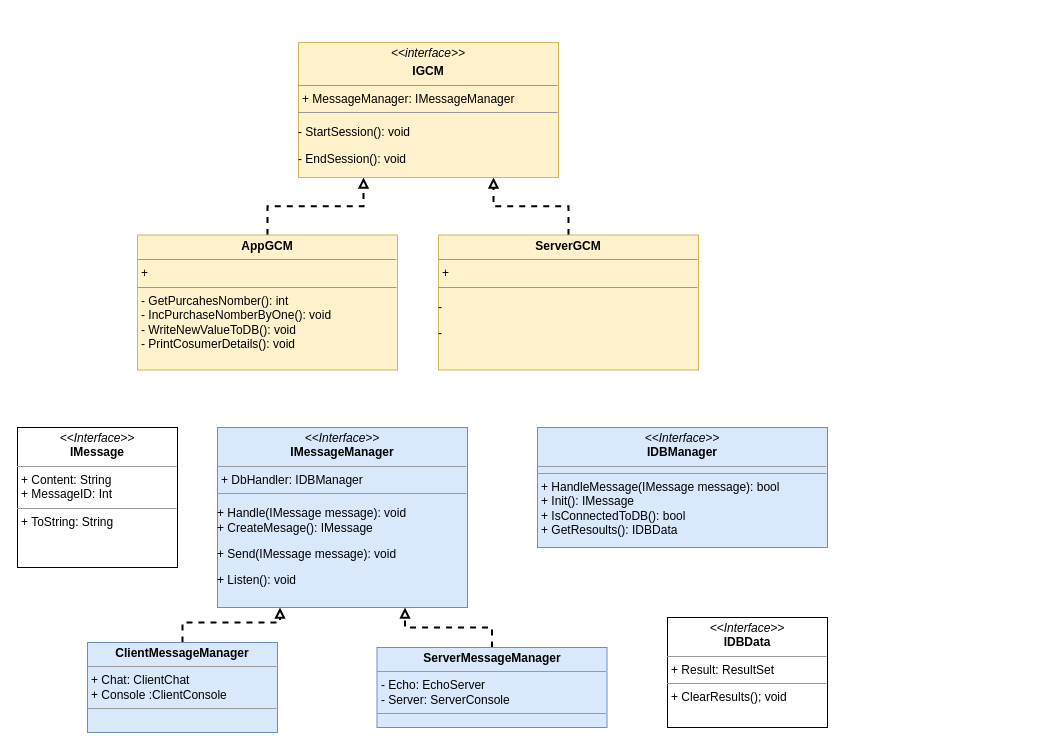
Earlier version of the draw.io diagram Task2/AllClasses.drawio (leeorkeynan/Software-engineering). Source tidied: cells renumbered, new cells numbered last; positions are measured from the earlier drawing's top-left corner, leaving out a move shared by most shapes. Both pictures are drawn from the tidied source at 100%, with x=0, y=0 at pixel (17, 42).
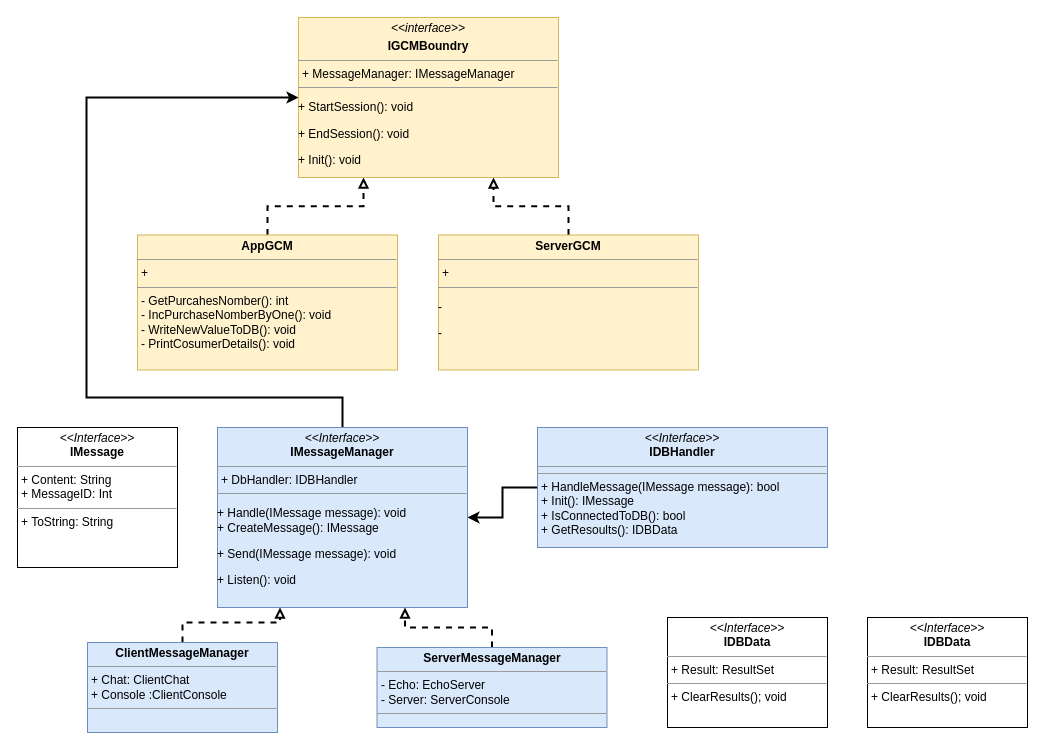
Above is the later version.

Change to the diagram source:
```diff
@@
 <mxGraphModel>
   <root>
     <mxCell id="0" />
     <mxCell id="1" parent="0" />
     <mxCell id="2" style="edgeStyle=orthogonalEdgeStyle;rounded=0;jettySize=auto;html=1;entryX=0.25;entryY=1;entryDx=0;entryDy=0;exitX=0.5;exitY=0;exitDx=0;exitDy=0;endArrow=block;endFill=0;dashed=1;strokeWidth=2;" parent="1" edge="1" source="5" target="9">
       <mxGeometry relative="1" as="geometry" />
     </mxCell>
     <mxCell id="3" style="edgeStyle=orthogonalEdgeStyle;rounded=0;jettySize=auto;html=1;entryX=0.75;entryY=1;entryDx=0;entryDy=0;endArrow=block;endFill=0;dashed=1;strokeWidth=2;" parent="1" edge="1" source="4" target="9">
       <mxGeometry relative="1" as="geometry" />
     </mxCell>
     <mxCell id="4" value="&lt;p style=&quot;margin: 0px ; margin-top: 4px ; text-align: center&quot;&gt;&lt;b&gt;ServerMessageManager&lt;/b&gt;&lt;/p&gt;&lt;hr size=&quot;1&quot;&gt;&lt;p style=&quot;margin: 0px ; margin-left: 4px&quot;&gt;- Echo: EchoServer&lt;br&gt;&lt;/p&gt;&lt;p style=&quot;margin: 0px ; margin-left: 4px&quot;&gt;- Server: ServerConsole&lt;/p&gt;&lt;hr size=&quot;1&quot;&gt;" style="verticalAlign=top;align=left;overflow=fill;fontSize=12;fontFamily=Helvetica;html=1;fillColor=#dae8fc;strokeColor=#6c8ebf;" parent="1" vertex="1">
       <mxGeometry x="359.5" y="605" width="230" height="80" as="geometry" />
     </mxCell>
     <mxCell id="5" value="&lt;p style=&quot;margin: 0px ; margin-top: 4px ; text-align: center&quot;&gt;&lt;b&gt;ClientMessageManager&lt;/b&gt;&lt;br&gt;&lt;/p&gt;&lt;hr size=&quot;1&quot;&gt;&lt;p style=&quot;margin: 0px ; margin-left: 4px&quot;&gt;+ Chat: ClientChat&lt;/p&gt;&lt;p style=&quot;margin: 0px ; margin-left: 4px&quot;&gt;+ Console :ClientConsole&lt;br&gt;&lt;/p&gt;&lt;hr size=&quot;1&quot;&gt;&lt;p style=&quot;margin: 0px ; margin-left: 4px&quot;&gt;&lt;br&gt;&lt;/p&gt;" style="verticalAlign=top;align=left;overflow=fill;fontSize=12;fontFamily=Helvetica;html=1;fillColor=#dae8fc;strokeColor=#6c8ebf;" parent="1" vertex="1">
       <mxGeometry x="70" y="600" width="190" height="90" as="geometry" />
     </mxCell>
     <mxCell id="6" value="&lt;p style=&quot;margin: 0px ; margin-top: 4px ; text-align: center&quot;&gt;&lt;i&gt;&amp;lt;&amp;lt;Interface&amp;gt;&amp;gt;&lt;/i&gt;&lt;br&gt;&lt;b&gt;IMessage&lt;/b&gt;&lt;/p&gt;&lt;hr size=&quot;1&quot;&gt;&lt;p style=&quot;margin: 0px ; margin-left: 4px&quot;&gt;+ Content: String&lt;br&gt;+ MessageID: Int&lt;/p&gt;&lt;hr size=&quot;1&quot;&gt;&lt;p style=&quot;margin: 0px ; margin-left: 4px&quot;&gt;+ ToString: String&lt;/p&gt;" style="verticalAlign=top;align=left;overflow=fill;fontSize=12;fontFamily=Helvetica;html=1;" parent="1" vertex="1">
       <mxGeometry y="385" width="160" height="140" as="geometry" />
     </mxCell>
+    <mxCell id="15" style="edgeStyle=orthogonalEdgeStyle;rounded=0;jettySize=auto;html=1;strokeWidth=2;" parent="1" edge="1" source="7" target="9">
+      <mxGeometry relative="1" as="geometry" />
+    </mxCell>
-    <mxCell id="7" value="&lt;p style=&quot;margin: 0px ; margin-top: 4px ; text-align: center&quot;&gt;&lt;i&gt;&amp;lt;&amp;lt;Interface&amp;gt;&amp;gt;&lt;/i&gt;&lt;br&gt;&lt;b&gt;IDBManager&lt;/b&gt;&lt;/p&gt;&lt;hr size=&quot;1&quot;&gt;&lt;hr size=&quot;1&quot;&gt;&lt;p style=&quot;margin: 0px ; margin-left: 4px&quot;&gt;+ HandleMessage(IMessage message): bool&lt;br&gt;+ Init(): IMessage&lt;/p&gt;&lt;p style=&quot;margin: 0px ; margin-left: 4px&quot;&gt;+ IsConnectedToDB(): bool&lt;/p&gt;&lt;p style=&quot;margin: 0px ; margin-left: 4px&quot;&gt;+ GetResoults(): IDBData&lt;br&gt;&lt;/p&gt;" style="verticalAlign=top;align=left;overflow=fill;fontSize=12;fontFamily=Helvetica;html=1;fillColor=#dae8fc;strokeColor=#6c8ebf;" parent="1" vertex="1">
+    <mxCell id="7" value="&lt;p style=&quot;margin: 0px ; margin-top: 4px ; text-align: center&quot;&gt;&lt;i&gt;&amp;lt;&amp;lt;Interface&amp;gt;&amp;gt;&lt;/i&gt;&lt;br&gt;&lt;b&gt;IDBHandler&lt;/b&gt;&lt;/p&gt;&lt;hr size=&quot;1&quot;&gt;&lt;hr size=&quot;1&quot;&gt;&lt;p style=&quot;margin: 0px ; margin-left: 4px&quot;&gt;+ HandleMessage(IMessage message): bool&lt;br&gt;+ Init(): IMessage&lt;/p&gt;&lt;p style=&quot;margin: 0px ; margin-left: 4px&quot;&gt;+ IsConnectedToDB(): bool&lt;/p&gt;&lt;p style=&quot;margin: 0px ; margin-left: 4px&quot;&gt;+ GetResoults(): IDBData&lt;br&gt;&lt;/p&gt;" style="verticalAlign=top;align=left;overflow=fill;fontSize=12;fontFamily=Helvetica;html=1;fillColor=#dae8fc;strokeColor=#6c8ebf;" parent="1" vertex="1">
       <mxGeometry x="520" y="385" width="290" height="120" as="geometry" />
     </mxCell>
     <mxCell id="8" value="&lt;p style=&quot;margin: 0px ; margin-top: 4px ; text-align: center&quot;&gt;&lt;i&gt;&amp;lt;&amp;lt;Interface&amp;gt;&amp;gt;&lt;/i&gt;&lt;br&gt;&lt;b&gt;IDBData&lt;/b&gt;&lt;/p&gt;&lt;hr size=&quot;1&quot;&gt;&lt;p style=&quot;margin: 0px ; margin-left: 4px&quot;&gt;+ Result: ResultSet&lt;/p&gt;&lt;hr size=&quot;1&quot;&gt;&lt;p style=&quot;margin: 0px ; margin-left: 4px&quot;&gt;+ ClearResults(); void&lt;/p&gt;&lt;p style=&quot;margin: 0px ; margin-left: 4px&quot;&gt;&lt;br&gt;&lt;/p&gt;" style="verticalAlign=top;align=left;overflow=fill;fontSize=12;fontFamily=Helvetica;html=1;" parent="1" vertex="1">
       <mxGeometry x="650" y="575" width="160" height="110" as="geometry" />
     </mxCell>
+    <mxCell id="16" style="edgeStyle=orthogonalEdgeStyle;rounded=0;jettySize=auto;html=1;entryX=0;entryY=0.5;entryDx=0;entryDy=0;strokeWidth=2;" parent="1" edge="1" source="9" target="14">
+      <mxGeometry relative="1" as="geometry">
+        <Array as="points">
+          <mxPoint x="325" y="355" />
+          <mxPoint x="69" y="355" />
+          <mxPoint x="69" y="55" />
+        </Array>
+      </mxGeometry>
+    </mxCell>
-    <mxCell id="9" value="&lt;p style=&quot;margin: 0px ; margin-top: 4px ; text-align: center&quot;&gt;&lt;i&gt;&amp;lt;&amp;lt;Interface&amp;gt;&amp;gt;&lt;/i&gt;&lt;br&gt;&lt;b&gt;IMessageManager&lt;/b&gt;&lt;/p&gt;&lt;hr size=&quot;1&quot;&gt;&lt;p style=&quot;margin: 0px ; margin-left: 4px&quot;&gt;+ DbHandler: IDBManager&lt;br&gt;&lt;/p&gt;&lt;hr size=&quot;1&quot;&gt;&lt;p&gt;+ Handle(IMessage message): void&lt;br&gt;+ CreateMesage(): IMessage&lt;/p&gt;&lt;p&gt;+ Send(IMessage message): void&lt;/p&gt;&lt;p&gt;+ Listen(): void&lt;/p&gt;&lt;p&gt;&lt;br&gt;&lt;/p&gt;" style="verticalAlign=top;align=left;overflow=fill;fontSize=12;fontFamily=Helvetica;html=1;fillColor=#dae8fc;strokeColor=#6c8ebf;" parent="1" vertex="1">
+    <mxCell id="9" value="&lt;p style=&quot;margin: 0px ; margin-top: 4px ; text-align: center&quot;&gt;&lt;i&gt;&amp;lt;&amp;lt;Interface&amp;gt;&amp;gt;&lt;/i&gt;&lt;br&gt;&lt;b&gt;IMessageManager&lt;/b&gt;&lt;/p&gt;&lt;hr size=&quot;1&quot;&gt;&lt;p style=&quot;margin: 0px ; margin-left: 4px&quot;&gt;+ DbHandler: IDBHandler&lt;br&gt;&lt;/p&gt;&lt;hr size=&quot;1&quot;&gt;&lt;p&gt;+ Handle(IMessage message): void&lt;br&gt;+ CreateMessage(): IMessage&lt;/p&gt;&lt;p&gt;+ Send(IMessage message): void&lt;/p&gt;&lt;p&gt;+ Listen(): void&lt;/p&gt;&lt;p&gt;&lt;br&gt;&lt;/p&gt;" style="verticalAlign=top;align=left;overflow=fill;fontSize=12;fontFamily=Helvetica;html=1;fillColor=#dae8fc;strokeColor=#6c8ebf;" parent="1" vertex="1">
       <mxGeometry x="200" y="385" width="250" height="180" as="geometry" />
     </mxCell>
     <mxCell id="10" style="edgeStyle=orthogonalEdgeStyle;rounded=0;jettySize=auto;html=1;exitX=0.5;exitY=0;exitDx=0;exitDy=0;entryX=0.25;entryY=1;entryDx=0;entryDy=0;dashed=1;endArrow=block;endFill=0;strokeWidth=2;" parent="1" edge="1" source="11" target="14">
       <mxGeometry relative="1" as="geometry" />
     </mxCell>
     <mxCell id="11" value="&lt;p style=&quot;margin: 0px ; margin-top: 4px ; text-align: center&quot;&gt;&lt;b&gt;AppGCM&lt;/b&gt;&lt;br&gt;&lt;/p&gt;&lt;hr size=&quot;1&quot;&gt;&lt;p style=&quot;margin: 0px ; margin-left: 4px&quot;&gt;+&lt;br&gt;&lt;/p&gt;&lt;hr size=&quot;1&quot;&gt;&lt;p style=&quot;margin: 0px ; margin-left: 4px&quot;&gt;- GetPurcahesNomber(): int&lt;br&gt;&lt;/p&gt;&lt;p style=&quot;margin: 0px ; margin-left: 4px&quot;&gt;- IncPurchaseNomberByOne(): void&lt;/p&gt;&lt;p style=&quot;margin: 0px ; margin-left: 4px&quot;&gt;- WriteNewValueToDB(): void&lt;/p&gt;&lt;p style=&quot;margin: 0px ; margin-left: 4px&quot;&gt;- PrintCosumerDetails(): void&lt;br&gt;&lt;/p&gt;" style="verticalAlign=top;align=left;overflow=fill;fontSize=12;fontFamily=Helvetica;html=1;fillColor=#fff2cc;strokeColor=#d6b656;" parent="1" vertex="1">
       <mxGeometry x="120" y="192.5" width="260" height="135" as="geometry" />
     </mxCell>
     <mxCell id="12" style="edgeStyle=orthogonalEdgeStyle;rounded=0;jettySize=auto;html=1;dashed=1;endArrow=block;endFill=0;strokeWidth=2;entryX=0.75;entryY=1;entryDx=0;entryDy=0;" parent="1" edge="1" source="13" target="14">
       <mxGeometry relative="1" as="geometry" />
     </mxCell>
     <mxCell id="13" value="&lt;p style=&quot;margin: 0px ; margin-top: 4px ; text-align: center&quot;&gt;&lt;b&gt;ServerGCM&lt;/b&gt;&lt;br&gt;&lt;/p&gt;&lt;hr size=&quot;1&quot;&gt;&lt;p style=&quot;margin: 0px ; margin-left: 4px&quot;&gt;+ &lt;br&gt;&lt;/p&gt;&lt;hr size=&quot;1&quot;&gt;&lt;p&gt;- &lt;br&gt;&lt;/p&gt;- " style="verticalAlign=top;align=left;overflow=fill;fontSize=12;fontFamily=Helvetica;html=1;fillColor=#fff2cc;strokeColor=#d6b656;" parent="1" vertex="1">
       <mxGeometry x="421" y="192.5" width="260" height="135" as="geometry" />
     </mxCell>
-    <mxCell id="14" value="&lt;p style=&quot;margin: 0px ; margin-top: 4px ; text-align: center&quot;&gt;&lt;i&gt;&amp;lt;&amp;lt;interface&amp;gt;&amp;gt;&lt;/i&gt;&lt;br&gt;&lt;b&gt;&lt;/b&gt;&lt;/p&gt;&lt;p style=&quot;margin: 0px ; margin-top: 4px ; text-align: center&quot;&gt;&lt;b&gt;IGCM&lt;/b&gt;&lt;br&gt;&lt;/p&gt;&lt;hr size=&quot;1&quot;&gt;&lt;p style=&quot;margin: 0px ; margin-left: 4px&quot;&gt;+ MessageManager: IMessageManager&lt;/p&gt;&lt;hr size=&quot;1&quot;&gt;&lt;p&gt;- StartSession(): void&lt;br&gt;&lt;/p&gt;&lt;p&gt;- EndSession(): void &lt;/p&gt;" style="verticalAlign=top;align=left;overflow=fill;fontSize=12;fontFamily=Helvetica;html=1;fillColor=#fff2cc;strokeColor=#d6b656;" parent="1" vertex="1">
-      <mxGeometry x="281" width="260" height="135" as="geometry" />
+    <mxCell id="14" value="&lt;p style=&quot;margin: 0px ; margin-top: 4px ; text-align: center&quot;&gt;&lt;i&gt;&amp;lt;&amp;lt;interface&amp;gt;&amp;gt;&lt;/i&gt;&lt;br&gt;&lt;b&gt;&lt;/b&gt;&lt;/p&gt;&lt;p style=&quot;margin: 0px ; margin-top: 4px ; text-align: center&quot;&gt;&lt;b&gt;IGCMBoundry&lt;/b&gt;&lt;br&gt;&lt;/p&gt;&lt;hr size=&quot;1&quot;&gt;&lt;p style=&quot;margin: 0px ; margin-left: 4px&quot;&gt;+ MessageManager: IMessageManager&lt;/p&gt;&lt;hr size=&quot;1&quot;&gt;&lt;p&gt;+ StartSession(): void&lt;br&gt;&lt;/p&gt;&lt;p&gt;+ EndSession(): void &lt;br&gt;&lt;/p&gt;&lt;p&gt;+ Init(): void&lt;br&gt;&lt;/p&gt;" style="verticalAlign=top;align=left;overflow=fill;fontSize=12;fontFamily=Helvetica;html=1;fillColor=#fff2cc;strokeColor=#d6b656;" parent="1" vertex="1">
+      <mxGeometry x="281" y="-25" width="260" height="160" as="geometry" />
     </mxCell>
+    <mxCell id="17" value="&lt;p style=&quot;margin: 0px ; margin-top: 4px ; text-align: center&quot;&gt;&lt;i&gt;&amp;lt;&amp;lt;Interface&amp;gt;&amp;gt;&lt;/i&gt;&lt;br&gt;&lt;b&gt;IDBData&lt;/b&gt;&lt;/p&gt;&lt;hr size=&quot;1&quot;&gt;&lt;p style=&quot;margin: 0px ; margin-left: 4px&quot;&gt;+ Result: ResultSet&lt;/p&gt;&lt;hr size=&quot;1&quot;&gt;&lt;p style=&quot;margin: 0px ; margin-left: 4px&quot;&gt;+ ClearResults(); void&lt;/p&gt;&lt;p style=&quot;margin: 0px ; margin-left: 4px&quot;&gt;&lt;br&gt;&lt;/p&gt;" style="verticalAlign=top;align=left;overflow=fill;fontSize=12;fontFamily=Helvetica;html=1;" parent="1" vertex="1">
+      <mxGeometry x="850" y="575" width="160" height="110" as="geometry" />
+    </mxCell>
   </root>
 </mxGraphModel>
```
